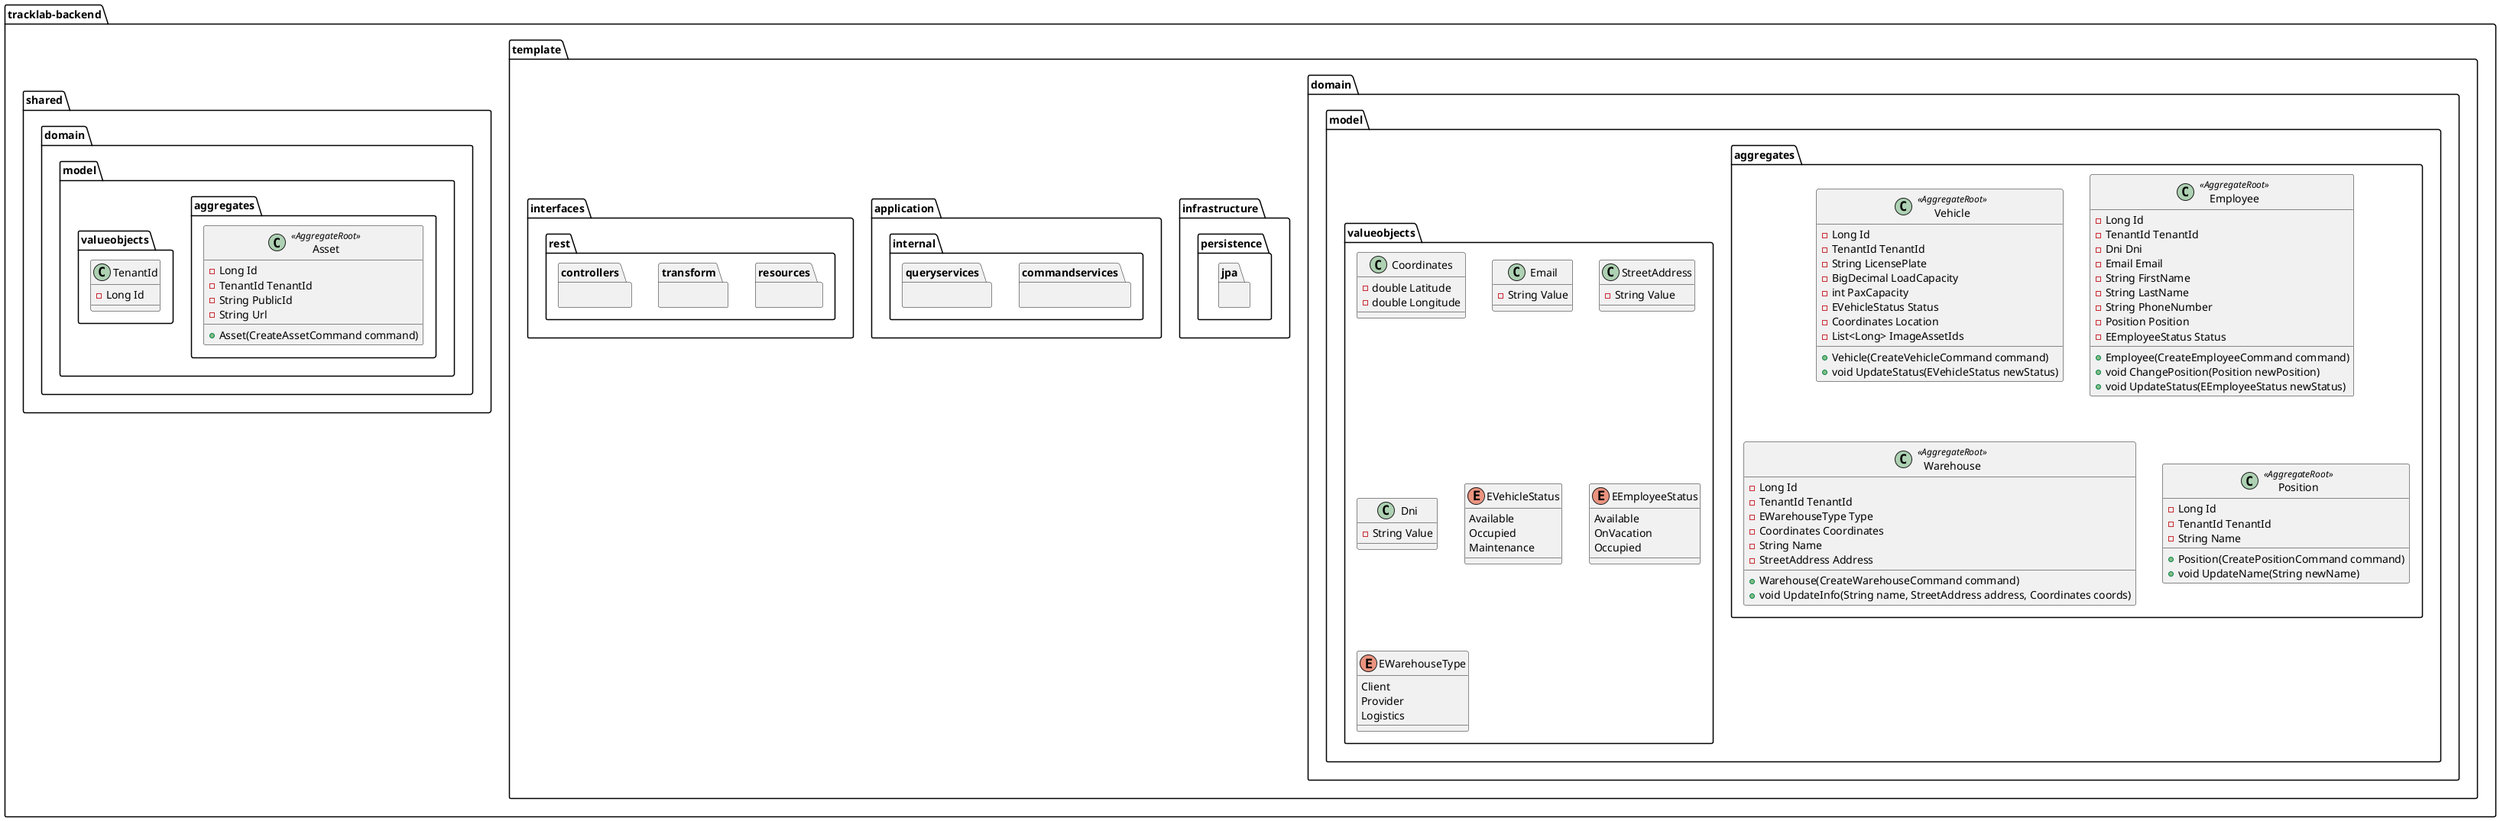
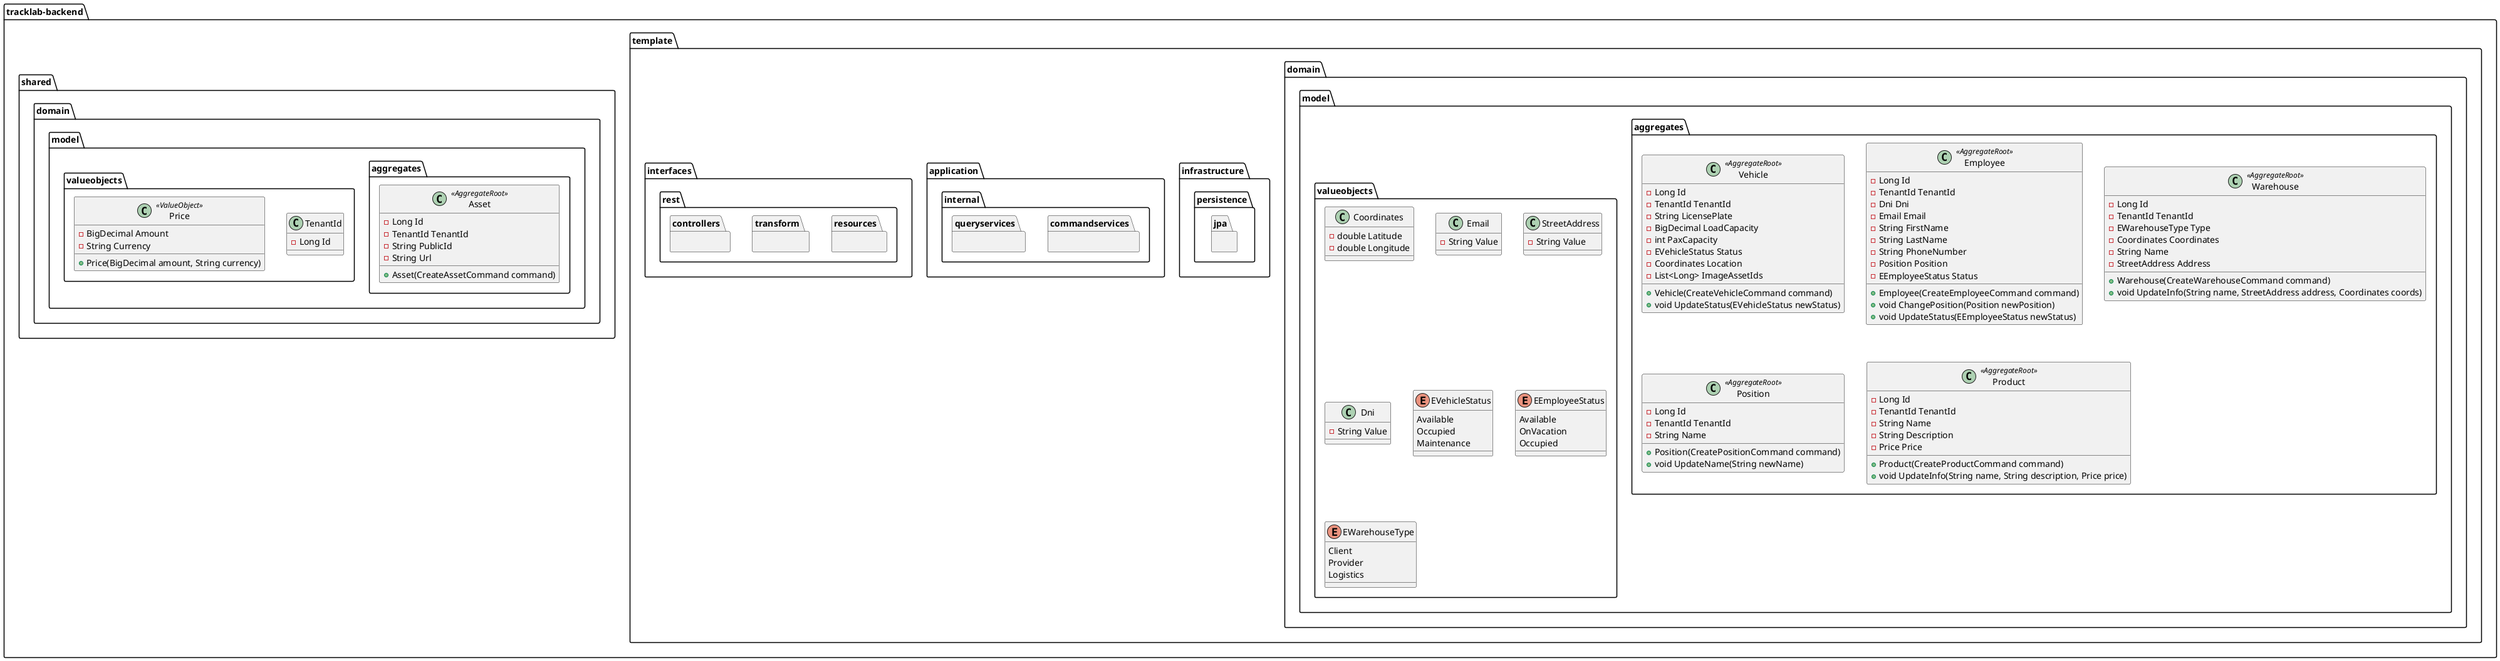
@startuml
package tracklab-backend as tracklab_backend  {
    ' Bounded Context
    package template {
        package domain {
              package model {
                package aggregates {
                  class Vehicle <<AggregateRoot>> {
                    - Long Id
                    - TenantId TenantId
                    - String LicensePlate
                    - BigDecimal LoadCapacity
                    - int PaxCapacity
                    - EVehicleStatus Status
                    - Coordinates Location
                    - List<Long> ImageAssetIds
                    + Vehicle(CreateVehicleCommand command)
                    + void UpdateStatus(EVehicleStatus newStatus)
                  }

                  class Employee <<AggregateRoot>> {
                    - Long Id
                    - TenantId TenantId
                    - Dni Dni
                    - Email Email
                    - String FirstName
                    - String LastName
                    - String PhoneNumber
                    - Position Position
                    - EEmployeeStatus Status
                    + Employee(CreateEmployeeCommand command)
                    + void ChangePosition(Position newPosition)
                    + void UpdateStatus(EEmployeeStatus newStatus)
                  }

                  class Warehouse <<AggregateRoot>> {
                    - Long Id
                    - TenantId TenantId
                    - EWarehouseType Type
                    - Coordinates Coordinates
                    - String Name
                    - StreetAddress Address
                    + Warehouse(CreateWarehouseCommand command)
                    + void UpdateInfo(String name, StreetAddress address, Coordinates coords)
                  }

                  class Position <<AggregateRoot>> {
                    - Long Id
                    - TenantId TenantId
                    - String Name
                    + Position(CreatePositionCommand command)
                    + void UpdateName(String newName)
+                   }
+                   class Product <<AggregateRoot>> {
+                       - Long Id
+                       - TenantId TenantId
+                       - String Name
+                       - String Description
+                       - Price Price
+                       + Product(CreateProductCommand command)
+                       + void UpdateInfo(String name, String description, Price price)
                  }
                }

                package valueobjects {
                  class Coordinates {
                    - double Latitude
                    - double Longitude
                  }

                  class Email {
                    - String Value
                  }

                  class StreetAddress {
                    - String Value
                  }

                  class Dni {
                    - String Value
                  }
                  enum EVehicleStatus {
                    Available
                    Occupied
                    Maintenance
                  }

                  enum EEmployeeStatus {
                    Available
                    OnVacation
                    Occupied
                  }

                  enum EWarehouseType {
                    Client
                    Provider
                    Logistics
                  }
                }
              }
        }
        package infrastructure {
            package persistence {
                package jpa {
                    ' Interfaces que implementan el patrón Repository para la persistencia de datos
                }
            }
        }
        package application {
            package internal {
                package commandservices {
                    ' Clases que implementan las interfaces de servicios de comandos, ejecutando lógica de negocios relacionada con cambios de estado
                }
                package queryservices {
                    ' Clases que implementan las interfaces de servicios de consultas, para la obtención de datos del sistema
                }
            }
        }
        package interfaces {
            package rest {
                package resources {
                    ' Clases de tipo record que funcionan como DTOs (Data Transfer Objects), siguiendo los principios REST (se tratan como recursos)
                }
                package transform {
                    ' Clases con métodos estáticos para mapear entre recursos, comandos, consultas o entidades
                    ' Equivalente al patrón Assembler, puede ser denominado de esta manera
                }
                package controllers {
                    ' Clases que exponen los endpoints REST del sistema, permitiendo la interacción con el cliente
                }
            }
        }
    }
    package shared{
        package domain.model{
            package aggregates{
                class Asset <<AggregateRoot>> {
                  - Long Id
                  - TenantId TenantId
                  - String PublicId
                  - String Url
                  + Asset(CreateAssetCommand command)
                }
            }
            package valueobjects {
                class TenantId {
                  -Long Id
                }
+                 class Price <<ValueObject>> {
+                     - BigDecimal Amount
+                     - String Currency
+                     + Price(BigDecimal amount, String currency)
+                 }

            }
        }
    }
}


@enduml
